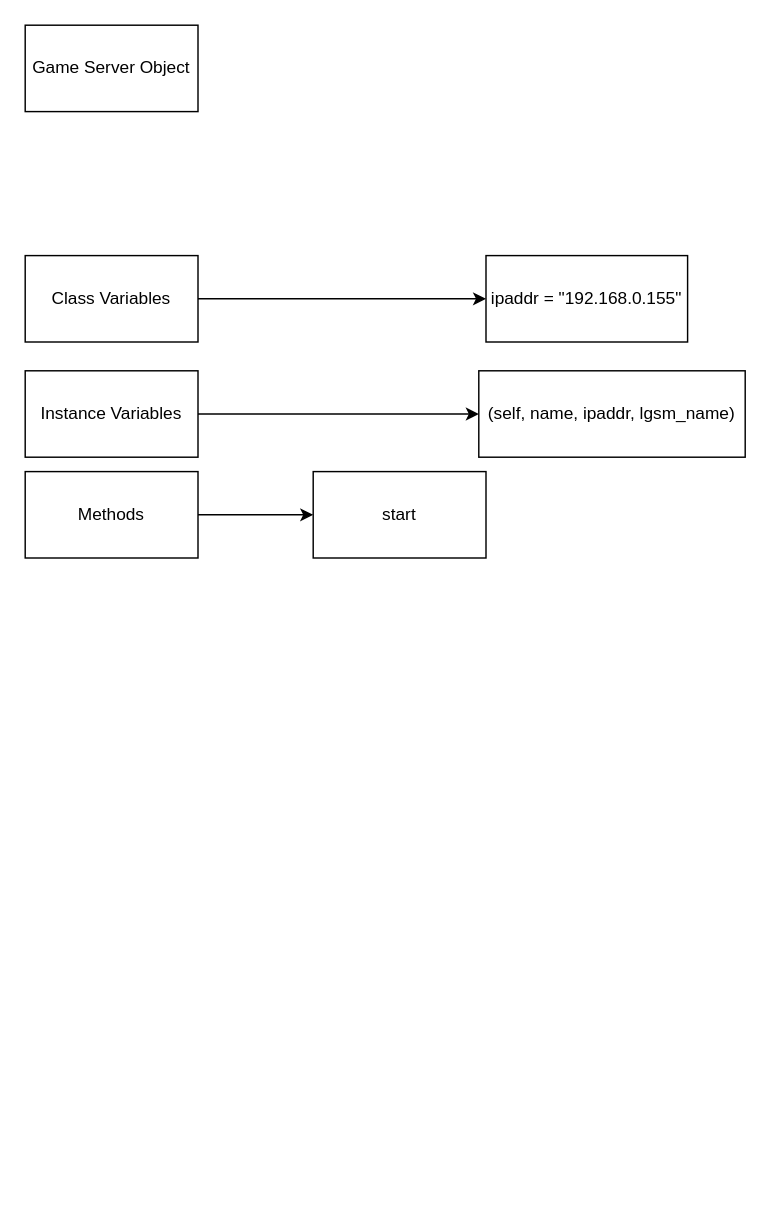
Above: lgsm-wrapper.drawio in brafas/lgsm-wrapper (draw.io), before the change. Source tidied: cells renumbered, new cells numbered last; positions are measured from the earlier drawing's top-left corner, leaving out a move shared by most shapes. Both pictures are drawn from the tidied source at 144%, with x=0, y=0 at pixel (24, 24).
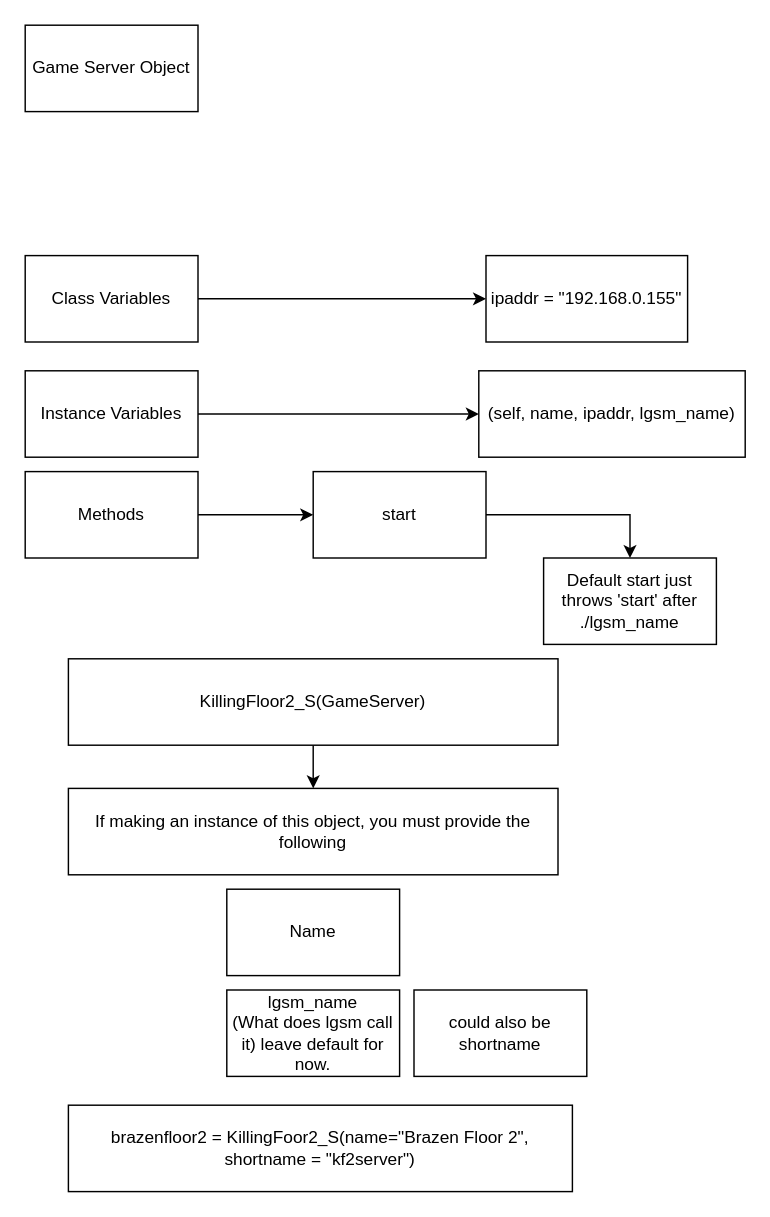
The same page after the edit.

Unchanged cells that the change refers to:
```xml
<mxCell id="5" value="start" style="rounded=0;whiteSpace=wrap;html=1;" parent="1" vertex="1">
  <mxGeometry x="200" y="310" width="120" height="60" as="geometry" />
</mxCell>
```

The edit, as a diff of the source:
```diff
@@
+    <mxCell id="12" style="edgeStyle=orthogonalEdgeStyle;rounded=0;jettySize=auto;html=1;entryX=0.5;entryY=0;entryDx=0;entryDy=0;" parent="1" edge="1" source="5" target="20">
+      <mxGeometry relative="1" as="geometry" />
+    </mxCell>
@@
+    <mxCell id="13" style="edgeStyle=orthogonalEdgeStyle;rounded=0;jettySize=auto;html=1;" parent="1" edge="1" source="14" target="15">
+      <mxGeometry relative="1" as="geometry" />
+    </mxCell>
+    <mxCell id="14" value="KillingFloor2_S(GameServer)" style="rounded=0;whiteSpace=wrap;html=1;" parent="1" vertex="1">
+      <mxGeometry x="30" y="440" width="340" height="60" as="geometry" />
+    </mxCell>
+    <mxCell id="15" value="If making an instance of this object, you must provide the following" style="rounded=0;whiteSpace=wrap;html=1;" parent="1" vertex="1">
+      <mxGeometry x="30" y="530" width="340" height="60" as="geometry" />
+    </mxCell>
+    <mxCell id="16" value="Name" style="rounded=0;whiteSpace=wrap;html=1;" parent="1" vertex="1">
+      <mxGeometry x="140" y="600" width="120" height="60" as="geometry" />
+    </mxCell>
+    <mxCell id="17" value="lgsm_name&lt;br&gt;(What does lgsm call it) leave default for now.&lt;br&gt;" style="rounded=0;whiteSpace=wrap;html=1;" parent="1" vertex="1">
+      <mxGeometry x="140" y="670" width="120" height="60" as="geometry" />
+    </mxCell>
+    <mxCell id="18" value="could also be shortname" style="rounded=0;whiteSpace=wrap;html=1;" parent="1" vertex="1">
+      <mxGeometry x="270" y="670" width="120" height="60" as="geometry" />
+    </mxCell>
+    <mxCell id="19" value="brazenfloor2 = KillingFoor2_S(name=&quot;Brazen Floor 2&quot;, shortname = &quot;kf2server&quot;)" style="rounded=0;whiteSpace=wrap;html=1;" parent="1" vertex="1">
+      <mxGeometry x="30" y="750" width="350" height="60" as="geometry" />
+    </mxCell>
+    <mxCell id="20" value="Default start just throws 'start' after ./lgsm_name" style="rounded=0;whiteSpace=wrap;html=1;" parent="1" vertex="1">
+      <mxGeometry x="360" y="370" width="120" height="60" as="geometry" />
+    </mxCell>
```
